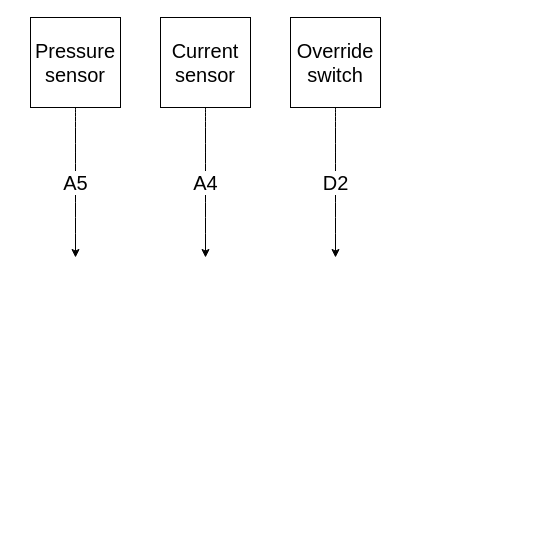
megavad/Diagrams keeps this draw.io diagram as page "Wiring" (3 of 3) of PumpDriver.drawio. Above is the earlier version. Source tidied: cells renumbered, new cells numbered last; positions are measured from the earlier drawing's top-left corner, leaving out a move shared by most shapes. Both pictures are drawn from the tidied source at 100%, with x=0, y=0 at pixel (30, 17).
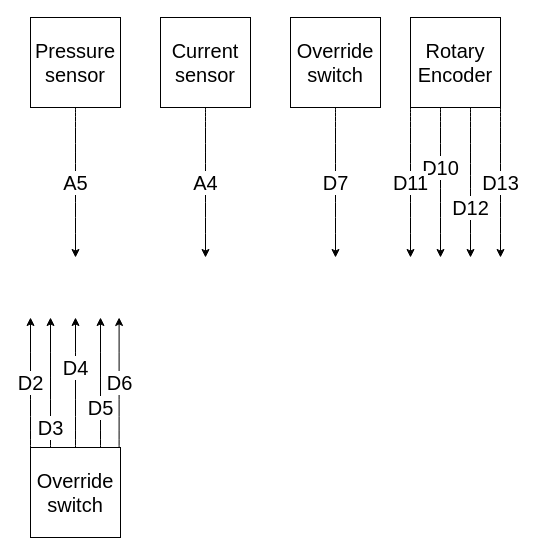
After the change.

The change refers to these unchanged cells:
```xml
<mxCell id="6" value="Override switch" style="rounded=0;whiteSpace=wrap;html=1;fontSize=20;" parent="1" vertex="1">
  <mxGeometry x="260" width="90" height="90" as="geometry" />
</mxCell>
```

What changed in the source:
```diff
@@
-    <mxCell id="7" value="D2" style="endArrow=classic;html=1;fontSize=20;curved=1;exitX=0.5;exitY=1;exitDx=0;exitDy=0;" parent="1" edge="1" source="6">
+    <mxCell id="7" value="D7" style="endArrow=classic;html=1;fontSize=20;curved=1;exitX=0.5;exitY=1;exitDx=0;exitDy=0;" parent="1" edge="1" source="6">
       <mxGeometry relative="1" as="geometry">
         <mxPoint x="305" y="240" as="targetPoint" />
       </mxGeometry>
     </mxCell>
+    <mxCell id="8" value="Rotary&lt;br&gt;Encoder" style="rounded=0;whiteSpace=wrap;html=1;fontSize=20;" parent="1" vertex="1">
+      <mxGeometry x="380" width="90" height="90" as="geometry" />
+    </mxCell>
+    <mxCell id="9" value="D10" style="endArrow=classic;html=1;fontSize=20;curved=1;" parent="1" edge="1">
+      <mxGeometry x="-0.2" relative="1" as="geometry">
+        <mxPoint x="410" y="90" as="sourcePoint" />
+        <mxPoint x="410" y="240" as="targetPoint" />
+      </mxGeometry>
+    </mxCell>
+    <mxCell id="10" value="D11" style="endArrow=classic;html=1;fontSize=20;curved=1;exitX=0.5;exitY=1;exitDx=0;exitDy=0;" parent="1" edge="1">
+      <mxGeometry relative="1" as="geometry">
+        <mxPoint x="380" y="90" as="sourcePoint" />
+        <mxPoint x="380" y="240" as="targetPoint" />
+      </mxGeometry>
+    </mxCell>
+    <mxCell id="11" value="D12" style="endArrow=classic;html=1;fontSize=20;curved=1;exitX=0.5;exitY=1;exitDx=0;exitDy=0;" parent="1" edge="1">
+      <mxGeometry x="0.33" relative="1" as="geometry">
+        <mxPoint x="440" y="90" as="sourcePoint" />
+        <mxPoint x="440" y="240" as="targetPoint" />
+      </mxGeometry>
+    </mxCell>
+    <mxCell id="12" value="D13" style="endArrow=classic;html=1;fontSize=20;curved=1;exitX=0.5;exitY=1;exitDx=0;exitDy=0;" parent="1" edge="1">
+      <mxGeometry relative="1" as="geometry">
+        <mxPoint x="470" y="90" as="sourcePoint" />
+        <mxPoint x="470" y="240" as="targetPoint" />
+      </mxGeometry>
+    </mxCell>
+    <mxCell id="13" value="Override switch" style="rounded=0;whiteSpace=wrap;html=1;fontSize=20;" parent="1" vertex="1">
+      <mxGeometry y="430" width="90" height="90" as="geometry" />
+    </mxCell>
+    <mxCell id="14" value="D4" style="endArrow=classic;html=1;fontSize=20;fontColor=#000000;curved=1;exitX=0.5;exitY=0;exitDx=0;exitDy=0;" parent="1" edge="1" source="13">
+      <mxGeometry x="0.23" relative="1" as="geometry">
+        <mxPoint x="45" y="300" as="targetPoint" />
+      </mxGeometry>
+    </mxCell>
+    <mxCell id="15" value="D2" style="endArrow=classic;html=1;fontSize=20;fontColor=#000000;curved=1;exitX=0.5;exitY=0;exitDx=0;exitDy=0;" parent="1" edge="1">
+      <mxGeometry relative="1" as="geometry">
+        <mxPoint y="430" as="sourcePoint" />
+        <mxPoint y="300" as="targetPoint" />
+      </mxGeometry>
+    </mxCell>
+    <mxCell id="16" value="D6" style="endArrow=classic;html=1;fontSize=20;fontColor=#000000;curved=1;exitX=0.5;exitY=0;exitDx=0;exitDy=0;" parent="1" edge="1">
+      <mxGeometry relative="1" as="geometry">
+        <mxPoint x="88.6" y="430" as="sourcePoint" />
+        <mxPoint x="88.6" y="300" as="targetPoint" />
+      </mxGeometry>
+    </mxCell>
+    <mxCell id="17" value="D5" style="endArrow=classic;html=1;fontSize=20;fontColor=#000000;curved=1;exitX=0.5;exitY=0;exitDx=0;exitDy=0;" parent="1" edge="1">
+      <mxGeometry x="-0.38" relative="1" as="geometry">
+        <mxPoint x="70" y="430" as="sourcePoint" />
+        <mxPoint x="70" y="300" as="targetPoint" />
+      </mxGeometry>
+    </mxCell>
+    <mxCell id="18" value="D3" style="endArrow=classic;html=1;fontSize=20;fontColor=#000000;curved=1;exitX=0.5;exitY=0;exitDx=0;exitDy=0;" parent="1" edge="1">
+      <mxGeometry x="-0.69" relative="1" as="geometry">
+        <mxPoint x="20" y="430" as="sourcePoint" />
+        <mxPoint x="20" y="300" as="targetPoint" />
+      </mxGeometry>
+    </mxCell>
```
